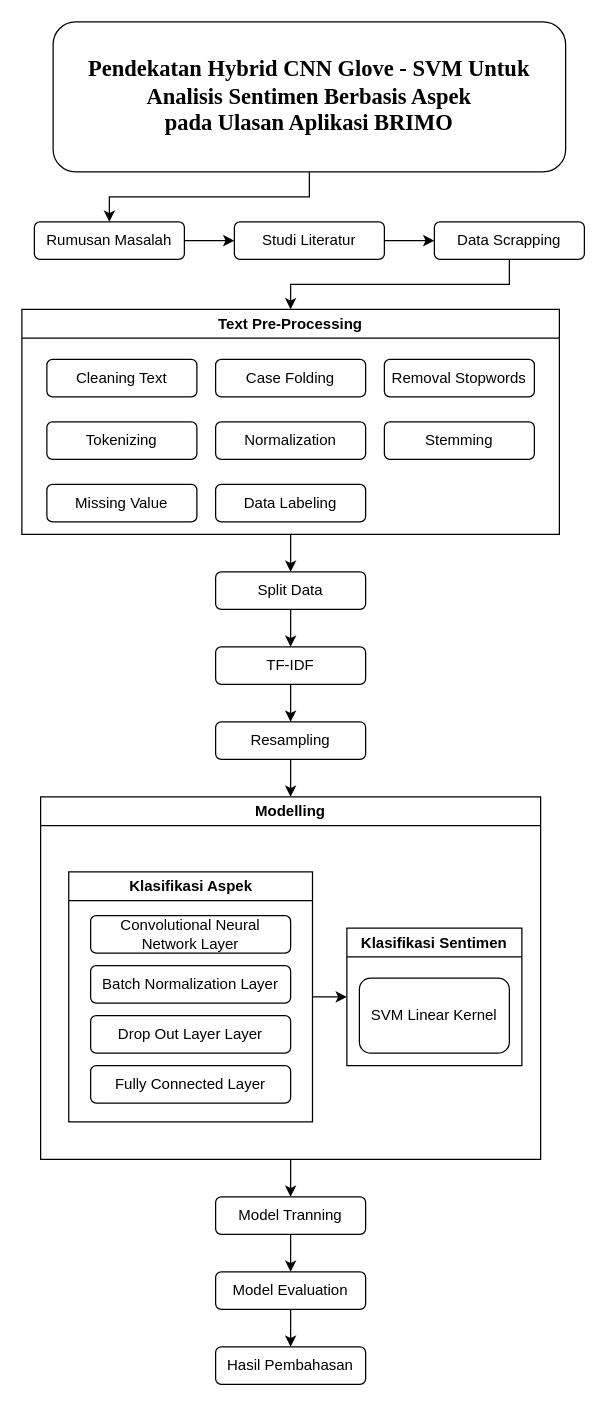
Above: tugas-akhir/Metodologi-Penelitian.drawio in xoghub/diagrams (draw.io), before the change. Source tidied: cells renumbered, new cells numbered last; positions are measured from the earlier drawing's top-left corner, leaving out a move shared by most shapes. Both pictures are drawn from the tidied source at 125%, with x=0, y=0 at pixel (21, 21).
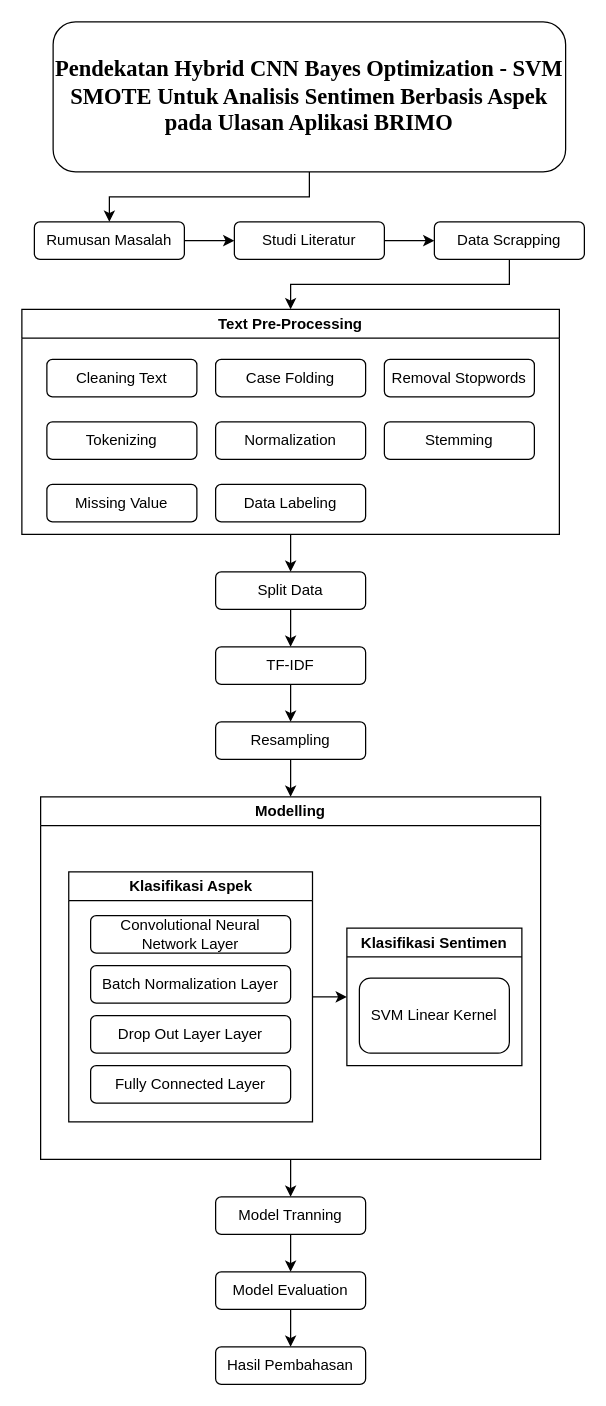
The same diagram, later.

The edit, as a diff of the source:
```diff
@@
-    <mxCell id="4" value="&lt;span style=&quot;font-family: &amp;quot;Times New Roman&amp;quot;, serif;&quot;&gt;&lt;font style=&quot;font-size: 18px;&quot;&gt;&lt;b&gt;Pendekatan Hybrid CNN Glove - SVM Untuk Analisis Sentimen Berbasis Aspek&lt;br&gt;pada Ulasan Aplikasi BRIMO&lt;/b&gt;&lt;/font&gt;&lt;/span&gt;" style="rounded=1;whiteSpace=wrap;html=1;" parent="1" vertex="1">
+    <mxCell id="4" value="&lt;span style=&quot;font-family: &amp;quot;Times New Roman&amp;quot;, serif;&quot;&gt;&lt;font style=&quot;font-size: 18px;&quot;&gt;&lt;b&gt;Pendekatan Hybrid CNN Bayes Optimization - SVM SMOTE Untuk Analisis Sentimen Berbasis Aspek&lt;br&gt;pada Ulasan Aplikasi BRIMO&lt;/b&gt;&lt;/font&gt;&lt;/span&gt;" style="rounded=1;whiteSpace=wrap;html=1;" parent="1" vertex="1">
       <mxGeometry x="25" width="410" height="120" as="geometry" />
     </mxCell>
```
